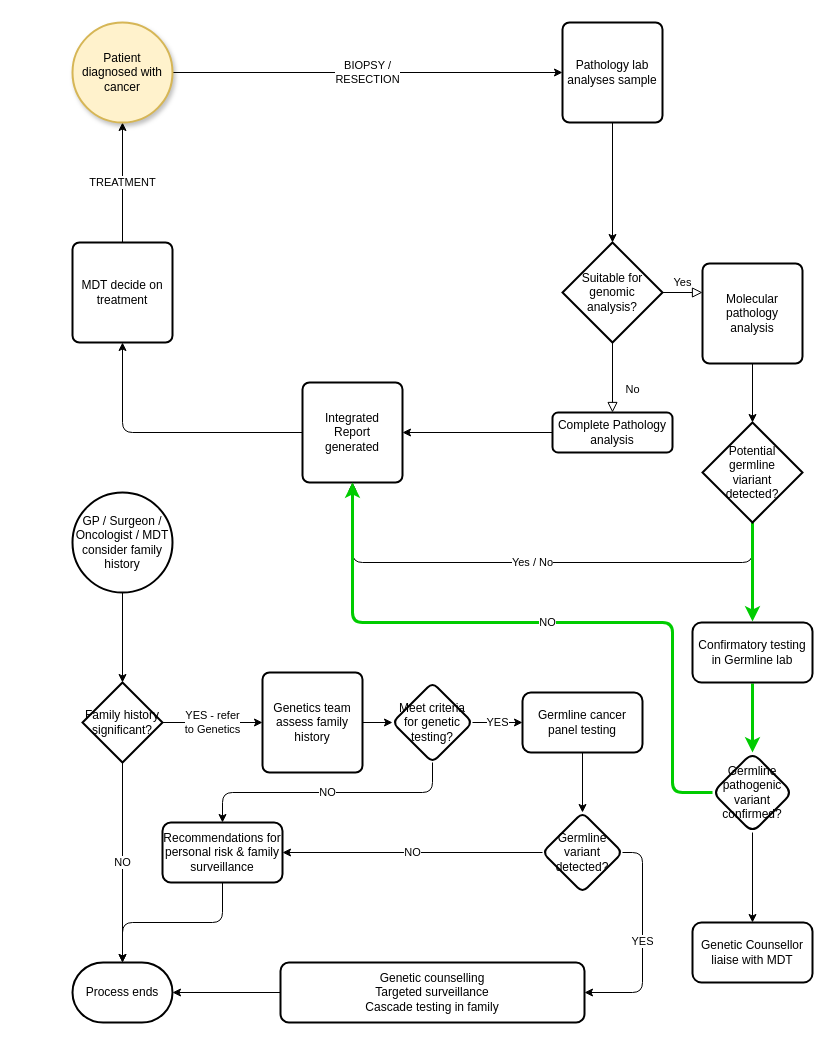
mckeelab/cancerflow keeps this draw.io diagram as BasicCancerFlow.drawio. Above is the earlier version. Source tidied: cells renumbered, new cells numbered last; positions are measured from the earlier drawing's top-left corner, leaving out a move shared by most shapes. Both pictures are drawn from the tidied source at 100%, with x=0, y=0 at pixel (72, 22).
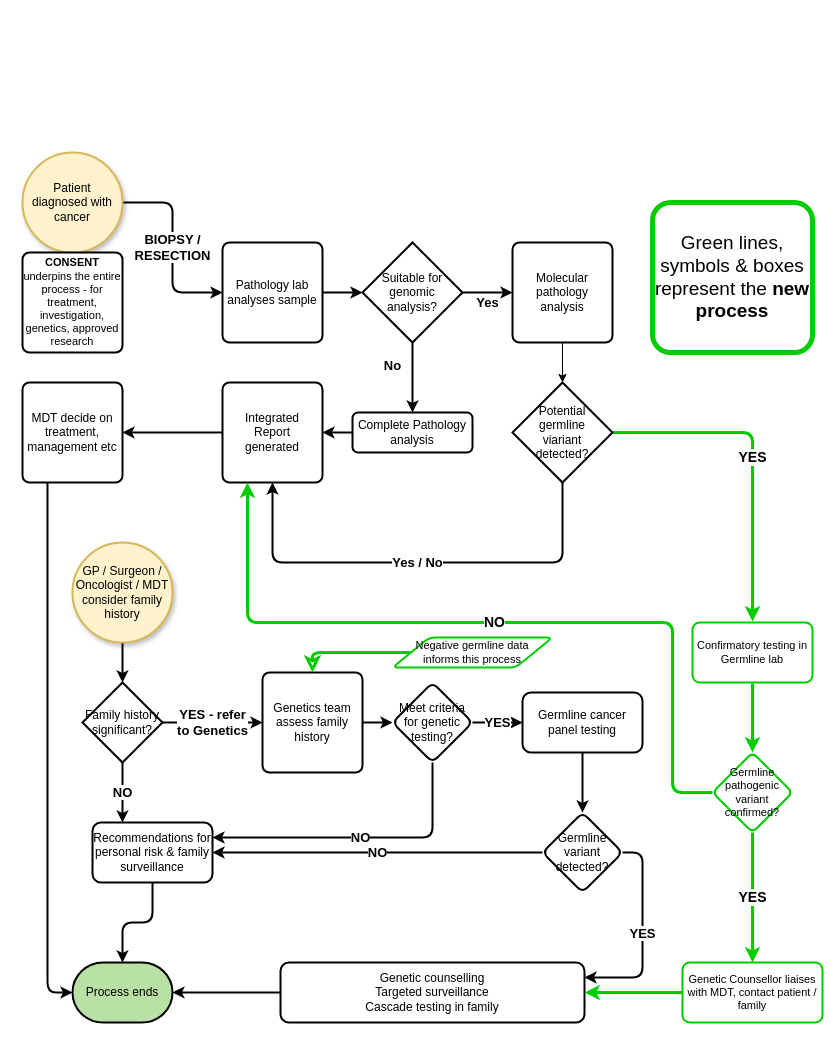
The same page after the edit.

Unchanged cells that the change refers to:
```xml
<mxCell id="24" value="Family history significant?" style="rhombus;whiteSpace=wrap;html=1;strokeWidth=2;" parent="1" vertex="1">
  <mxGeometry x="10" y="660" width="80" height="80" as="geometry" />
</mxCell>
<mxCell id="28" value="Genetics team assess family history" style="rounded=1;whiteSpace=wrap;html=1;absoluteArcSize=1;arcSize=14;strokeWidth=2;" parent="1" vertex="1">
  <mxGeometry x="190" y="650" width="100" height="100" as="geometry" />
</mxCell>
<mxCell id="31" value="Meet criteria for genetic testing?" style="rhombus;whiteSpace=wrap;html=1;rounded=1;arcSize=14;strokeWidth=2;" parent="1" vertex="1">
  <mxGeometry x="320" y="660" width="80" height="80" as="geometry" />
</mxCell>
<mxCell id="35" value="Germline cancer panel testing" style="whiteSpace=wrap;html=1;rounded=1;arcSize=14;strokeWidth=2;" parent="1" vertex="1">
  <mxGeometry x="450" y="670" width="120" height="60" as="geometry" />
</mxCell>
<mxCell id="38" value="Germline&lt;br&gt;variant&lt;br&gt;detected?" style="rhombus;whiteSpace=wrap;html=1;rounded=1;arcSize=14;strokeWidth=2;" parent="1" vertex="1">
  <mxGeometry x="470" y="790" width="80" height="80" as="geometry" />
</mxCell>
<mxCell id="40" value="Genetic counselling&lt;br&gt;Targeted surveillance&lt;br&gt;Cascade testing in family" style="whiteSpace=wrap;html=1;rounded=1;arcSize=14;strokeWidth=2;" parent="1" vertex="1">
  <mxGeometry x="208" y="940" width="304" height="60" as="geometry" />
</mxCell>
```

What changed in the source:
```diff
@@
-    <mxCell id="2" value="BIOPSY / &lt;br&gt;RESECTION" style="edgeStyle=orthogonalEdgeStyle;rounded=0;jettySize=auto;html=1;exitX=1;exitY=0.5;exitDx=0;exitDy=0;exitPerimeter=0;entryX=0;entryY=0.5;entryDx=0;entryDy=0;" parent="1" edge="1" source="19" target="7">
+    <mxCell id="2" value="BIOPSY / &lt;br&gt;RESECTION" style="edgeStyle=orthogonalEdgeStyle;rounded=1;jettySize=auto;html=1;exitX=0;exitY=0.5;exitDx=0;exitDy=0;entryX=1;entryY=0.5;entryDx=0;entryDy=0;endArrow=none;fontSize=13;startArrow=classic;startFill=1;endFill=0;fontStyle=1;strokeWidth=2;entryPerimeter=0;" parent="1" edge="1" source="7" target="19">
       <mxGeometry relative="1" as="geometry" />
     </mxCell>
-    <mxCell id="3" value="No" style="rounded=0;html=1;jettySize=auto;fontSize=11;endArrow=block;endFill=0;endSize=8;strokeWidth=1;shadow=0;labelBackgroundColor=none;edgeStyle=orthogonalEdgeStyle;exitX=0.5;exitY=1;exitDx=0;exitDy=0;exitPerimeter=0;" parent="1" edge="1" source="8" target="5">
+    <mxCell id="3" value="No" style="rounded=1;html=1;jettySize=auto;fontSize=13;endArrow=none;endFill=0;endSize=8;strokeWidth=2;shadow=0;labelBackgroundColor=default;edgeStyle=orthogonalEdgeStyle;startArrow=classic;startFill=1;fontStyle=1;entryX=0.5;entryY=1;entryDx=0;entryDy=0;entryPerimeter=0;" parent="1" edge="1" source="5" target="8">
       <mxGeometry x="0.33" y="20" relative="1" as="geometry" />
     </mxCell>
-    <mxCell id="4" style="edgeStyle=orthogonalEdgeStyle;rounded=0;jettySize=auto;html=1;entryX=1;entryY=0.5;entryDx=0;entryDy=0;" parent="1" edge="1" source="5" target="16">
+    <mxCell id="4" style="edgeStyle=orthogonalEdgeStyle;rounded=1;jettySize=auto;html=1;endArrow=none;fontSize=13;startArrow=classic;startFill=1;endFill=0;fontStyle=1;strokeWidth=2;exitX=1;exitY=0.5;exitDx=0;exitDy=0;" parent="1" edge="1" source="16" target="5">
       <mxGeometry relative="1" as="geometry" />
     </mxCell>
     <mxCell id="5" value="Complete Pathology analysis" style="rounded=1;whiteSpace=wrap;html=1;fontSize=12;glass=0;strokeWidth=2;shadow=0;arcSize=14;" parent="1" vertex="1">
-      <mxGeometry x="480" y="390" width="120" height="40" as="geometry" />
+      <mxGeometry x="280" y="390" width="120" height="40" as="geometry" />
     </mxCell>
-    <mxCell id="6" style="edgeStyle=orthogonalEdgeStyle;rounded=0;jettySize=auto;html=1;entryX=0.5;entryY=0;entryDx=0;entryDy=0;entryPerimeter=0;" parent="1" edge="1" source="7" target="8">
+    <mxCell id="6" style="edgeStyle=orthogonalEdgeStyle;rounded=1;jettySize=auto;html=1;endArrow=none;fontSize=13;endFill=0;endSize=8;strokeWidth=2;shadow=0;startArrow=classic;startFill=1;fontStyle=1;exitX=0;exitY=0.5;exitDx=0;exitDy=0;exitPerimeter=0;" parent="1" edge="1" source="8" target="7">
       <mxGeometry relative="1" as="geometry" />
     </mxCell>
     <mxCell id="7" value="Pathology lab analyses sample" style="rounded=1;whiteSpace=wrap;html=1;absoluteArcSize=1;arcSize=14;strokeWidth=2;" parent="1" vertex="1">
-      <mxGeometry x="490" width="100" height="100" as="geometry" />
+      <mxGeometry x="150" y="220" width="100" height="100" as="geometry" />
     </mxCell>
     <mxCell id="8" value="Suitable for genomic analysis?" style="strokeWidth=2;html=1;shape=mxgraph.flowchart.decision;whiteSpace=wrap;rounded=1;arcSize=14;" parent="1" vertex="1">
-      <mxGeometry x="490" y="220" width="100" height="100" as="geometry" />
+      <mxGeometry x="290" y="220" width="100" height="100" as="geometry" />
     </mxCell>
-    <mxCell id="9" value="Yes" style="edgeStyle=orthogonalEdgeStyle;rounded=0;html=1;jettySize=auto;fontSize=11;endArrow=block;endFill=0;endSize=8;strokeWidth=1;shadow=0;labelBackgroundColor=none;exitX=1;exitY=0.5;exitDx=0;exitDy=0;exitPerimeter=0;" parent="1" edge="1" source="8" target="11">
-      <mxGeometry y="10" relative="1" as="geometry">
-        <Array as="points">
-          <mxPoint x="680" y="270" />
-        </Array>
-      </mxGeometry>
+    <mxCell id="9" value="Yes" style="edgeStyle=orthogonalEdgeStyle;rounded=1;html=1;jettySize=auto;fontSize=13;endArrow=none;endFill=0;endSize=8;strokeWidth=2;shadow=0;labelBackgroundColor=default;exitX=0;exitY=0.5;exitDx=0;exitDy=0;entryX=1;entryY=0.5;entryDx=0;entryDy=0;startArrow=classic;startFill=1;fontStyle=1;entryPerimeter=0;" parent="1" edge="1" source="11" target="8">
+      <mxGeometry y="10" relative="1" as="geometry" />
     </mxCell>
-    <mxCell id="10" style="edgeStyle=orthogonalEdgeStyle;rounded=0;jettySize=auto;html=1;entryX=0.5;entryY=0;entryDx=0;entryDy=0;entryPerimeter=0;" parent="1" edge="1" source="11" target="14">
+    <mxCell id="10" style="edgeStyle=orthogonalEdgeStyle;rounded=1;jettySize=auto;html=1;entryX=0.5;entryY=0;entryDx=0;entryDy=0;entryPerimeter=0;" parent="1" edge="1" source="11" target="14">
       <mxGeometry relative="1" as="geometry" />
     </mxCell>
     <mxCell id="11" value="Molecular pathology analysis" style="rounded=1;whiteSpace=wrap;html=1;absoluteArcSize=1;arcSize=14;strokeWidth=2;" parent="1" vertex="1">
-      <mxGeometry x="630" y="241" width="100" height="100" as="geometry" />
+      <mxGeometry x="440" y="220" width="100" height="100" as="geometry" />
     </mxCell>
-    <mxCell id="12" value="Yes / No" style="edgeStyle=orthogonalEdgeStyle;rounded=1;jettySize=auto;html=1;entryX=0.5;entryY=1;entryDx=0;entryDy=0;exitX=0.5;exitY=1;exitDx=0;exitDy=0;exitPerimeter=0;" parent="1" edge="1" source="14" target="16">
+    <mxCell id="12" value="Yes / No" style="edgeStyle=orthogonalEdgeStyle;rounded=1;jettySize=auto;html=1;entryX=0.5;entryY=1;entryDx=0;entryDy=0;exitX=0.5;exitY=1;exitDx=0;exitDy=0;endArrow=none;fontSize=13;startArrow=classic;startFill=1;endFill=0;fontStyle=1;strokeWidth=2;entryPerimeter=0;" parent="1" edge="1" source="16" target="14">
       <mxGeometry relative="1" as="geometry">
         <Array as="points">
-          <mxPoint x="680" y="540" />
-          <mxPoint x="280" y="540" />
+          <mxPoint x="200" y="540" />
+          <mxPoint x="490" y="540" />
         </Array>
       </mxGeometry>
     </mxCell>
-    <mxCell id="13" style="edgeStyle=orthogonalEdgeStyle;shape=connector;rounded=1;jettySize=auto;html=1;labelBackgroundColor=default;strokeColor=#00CC00;fontFamily=Helvetica;fontSize=11;fontColor=default;endArrow=classic;strokeWidth=3;" parent="1" edge="1" source="14" target="42">
+    <mxCell id="13" value="YES" style="edgeStyle=orthogonalEdgeStyle;shape=connector;rounded=1;jettySize=auto;html=1;labelBackgroundColor=default;strokeColor=#00CC00;fontFamily=Helvetica;fontSize=14;fontColor=default;endArrow=classic;strokeWidth=3;fontStyle=1;" parent="1" edge="1" source="14" target="42">
       <mxGeometry relative="1" as="geometry" />
     </mxCell>
-    <mxCell id="14" value="Potential &lt;br&gt;germline &lt;br&gt;viariant &lt;br&gt;detected?" style="strokeWidth=2;html=1;shape=mxgraph.flowchart.decision;whiteSpace=wrap;" parent="1" vertex="1">
-      <mxGeometry x="630" y="400" width="100" height="100" as="geometry" />
+    <mxCell id="14" value="Potential &lt;br&gt;germline &lt;br&gt;viariant &lt;br&gt;detected?" style="strokeWidth=2;html=1;shape=mxgraph.flowchart.decision;whiteSpace=wrap;rounded=1;arcSize=14;" parent="1" vertex="1">
+      <mxGeometry x="440" y="360" width="100" height="100" as="geometry" />
     </mxCell>
-    <mxCell id="15" style="edgeStyle=orthogonalEdgeStyle;rounded=1;jettySize=auto;html=1;entryX=0.5;entryY=1;entryDx=0;entryDy=0;" parent="1" edge="1" source="16" target="18">
+    <mxCell id="15" style="edgeStyle=orthogonalEdgeStyle;rounded=1;jettySize=auto;html=1;endArrow=none;fontSize=13;startArrow=classic;startFill=1;endFill=0;fontStyle=1;strokeWidth=2;exitX=1;exitY=0.5;exitDx=0;exitDy=0;" parent="1" edge="1" source="18" target="16">
       <mxGeometry relative="1" as="geometry" />
     </mxCell>
     <mxCell id="16" value="Integrated &lt;br&gt;Report &lt;br&gt;generated" style="rounded=1;whiteSpace=wrap;html=1;absoluteArcSize=1;arcSize=14;strokeWidth=2;" parent="1" vertex="1">
-      <mxGeometry x="230" y="360" width="100" height="100" as="geometry" />
+      <mxGeometry x="150" y="360" width="100" height="100" as="geometry" />
     </mxCell>
-    <mxCell id="17" value="TREATMENT" style="edgeStyle=orthogonalEdgeStyle;rounded=0;jettySize=auto;html=1;entryX=0.5;entryY=1;entryDx=0;entryDy=0;entryPerimeter=0;" parent="1" edge="1" source="18" target="19">
-      <mxGeometry relative="1" as="geometry" />
-    </mxCell>
+    <mxCell id="47" style="edgeStyle=orthogonalEdgeStyle;shape=connector;rounded=1;jettySize=auto;html=1;entryX=0.25;entryY=1;entryDx=0;entryDy=0;labelBackgroundColor=default;strokeColor=default;fontFamily=Helvetica;fontSize=13;fontColor=default;endArrow=none;exitX=0;exitY=0.5;exitDx=0;exitDy=0;startArrow=classic;startFill=1;endFill=0;fontStyle=1;strokeWidth=2;exitPerimeter=0;" parent="1" edge="1" source="25" target="18">
+      <mxGeometry relative="1" as="geometry" />
+    </mxCell>
-    <mxCell id="18" value="MDT decide on treatment" style="rounded=1;whiteSpace=wrap;html=1;absoluteArcSize=1;arcSize=14;strokeWidth=2;" parent="1" vertex="1">
-      <mxGeometry y="220" width="100" height="100" as="geometry" />
+    <mxCell id="18" value="MDT decide on treatment, management etc" style="rounded=1;whiteSpace=wrap;html=1;absoluteArcSize=1;arcSize=14;strokeWidth=2;" parent="1" vertex="1">
+      <mxGeometry x="-50" y="360" width="100" height="100" as="geometry" />
     </mxCell>
     <mxCell id="19" value="Patient &lt;br&gt;diagnosed with &lt;br&gt;cancer" style="strokeWidth=2;html=1;shape=mxgraph.flowchart.start_2;whiteSpace=wrap;fillColor=#fff2cc;strokeColor=#d6b656;shadow=1;" parent="1" vertex="1">
-      <mxGeometry width="100" height="100" as="geometry" />
+      <mxGeometry x="-50" y="130" width="100" height="100" as="geometry" />
     </mxCell>
-    <mxCell id="20" style="edgeStyle=orthogonalEdgeStyle;rounded=0;jettySize=auto;html=1;" parent="1" edge="1" source="21" target="24">
+    <mxCell id="20" style="edgeStyle=orthogonalEdgeStyle;rounded=1;jettySize=auto;html=1;endArrow=none;fontSize=13;startArrow=classic;startFill=1;endFill=0;fontStyle=1;strokeWidth=2;" parent="1" edge="1" source="24" target="21">
       <mxGeometry relative="1" as="geometry" />
     </mxCell>
-    <mxCell id="21" value="GP / Surgeon / Oncologist / MDT consider family history" style="strokeWidth=2;html=1;shape=mxgraph.flowchart.start_2;whiteSpace=wrap;" parent="1" vertex="1">
-      <mxGeometry y="470" width="100" height="100" as="geometry" />
+    <mxCell id="21" value="GP / Surgeon / Oncologist / MDT consider family history" style="strokeWidth=2;html=1;shape=mxgraph.flowchart.start_2;whiteSpace=wrap;fillColor=#fff2cc;strokeColor=#d6b656;shadow=1;" parent="1" vertex="1">
+      <mxGeometry y="520" width="100" height="100" as="geometry" />
     </mxCell>
-    <mxCell id="22" value="NO" style="edgeStyle=orthogonalEdgeStyle;rounded=0;jettySize=auto;html=1;entryX=0.5;entryY=0;entryDx=0;entryDy=0;entryPerimeter=0;" parent="1" edge="1" source="24" target="25">
+    <mxCell id="22" value="NO" style="edgeStyle=orthogonalEdgeStyle;rounded=1;jettySize=auto;html=1;endArrow=none;fontSize=13;startArrow=classic;startFill=1;endFill=0;fontStyle=1;strokeWidth=2;exitX=0.25;exitY=0;exitDx=0;exitDy=0;" parent="1" edge="1" source="33" target="24">
       <mxGeometry relative="1" as="geometry" />
     </mxCell>
@@
-    <mxCell id="25" value="Process ends" style="strokeWidth=2;html=1;shape=mxgraph.flowchart.terminator;whiteSpace=wrap;" parent="1" vertex="1">
+    <mxCell id="25" value="Process ends" style="strokeWidth=2;html=1;shape=mxgraph.flowchart.terminator;whiteSpace=wrap;fillColor=#B9E0A5;" parent="1" vertex="1">
       <mxGeometry y="940" width="100" height="60" as="geometry" />
     </mxCell>
-    <mxCell id="26" value="YES - refer&lt;br&gt;to Genetics" style="edgeStyle=orthogonalEdgeStyle;rounded=0;jettySize=auto;html=1;startArrow=classic;startFill=1;endArrow=none;endFill=0;" parent="1" edge="1" source="28" target="24">
+    <mxCell id="26" value="YES - refer&lt;br style=&quot;font-size: 13px;&quot;&gt;to Genetics" style="edgeStyle=orthogonalEdgeStyle;rounded=0;jettySize=auto;html=1;startArrow=classic;startFill=1;endArrow=none;endFill=0;fontSize=13;fontStyle=1;strokeWidth=2;" parent="1" edge="1" source="28" target="24">
       <mxGeometry relative="1" as="geometry" />
     </mxCell>
-    <mxCell id="27" style="edgeStyle=orthogonalEdgeStyle;rounded=0;jettySize=auto;html=1;" parent="1" edge="1" source="28" target="31">
+    <mxCell id="27" style="edgeStyle=orthogonalEdgeStyle;rounded=0;jettySize=auto;html=1;endArrow=none;fontSize=13;startArrow=classic;startFill=1;endFill=0;fontStyle=1;strokeWidth=2;" parent="1" edge="1" source="31" target="28">
       <mxGeometry relative="1" as="geometry" />
     </mxCell>
@@
-    <mxCell id="29" value="NO" style="edgeStyle=orthogonalEdgeStyle;rounded=1;jettySize=auto;html=1;exitX=0.5;exitY=1;exitDx=0;exitDy=0;" parent="1" edge="1" source="31" target="33">
+    <mxCell id="29" value="NO" style="edgeStyle=orthogonalEdgeStyle;rounded=1;jettySize=auto;html=1;endArrow=none;fontSize=13;startArrow=classic;startFill=1;endFill=0;fontStyle=1;strokeWidth=2;entryX=0.5;entryY=1;entryDx=0;entryDy=0;exitX=1;exitY=0.25;exitDx=0;exitDy=0;" parent="1" edge="1" source="33" target="31">
       <mxGeometry relative="1" as="geometry" />
     </mxCell>
-    <mxCell id="30" value="YES" style="edgeStyle=orthogonalEdgeStyle;rounded=0;jettySize=auto;html=1;" parent="1" edge="1" source="31" target="35">
+    <mxCell id="30" value="YES" style="edgeStyle=orthogonalEdgeStyle;rounded=0;jettySize=auto;html=1;endArrow=none;fontSize=13;startArrow=classic;startFill=1;endFill=0;fontStyle=1;strokeWidth=2;" parent="1" edge="1" source="35" target="31">
       <mxGeometry relative="1" as="geometry" />
     </mxCell>
@@
-    <mxCell id="32" style="edgeStyle=orthogonalEdgeStyle;jettySize=auto;html=1;entryX=0.5;entryY=0;entryDx=0;entryDy=0;entryPerimeter=0;rounded=1;" parent="1" edge="1" source="33" target="25">
+    <mxCell id="32" style="edgeStyle=orthogonalEdgeStyle;jettySize=auto;html=1;rounded=1;endArrow=none;fontSize=13;startArrow=classic;startFill=1;endFill=0;fontStyle=1;strokeWidth=2;exitX=0.5;exitY=0;exitDx=0;exitDy=0;exitPerimeter=0;" parent="1" edge="1" source="25" target="33">
       <mxGeometry relative="1" as="geometry" />
     </mxCell>
     <mxCell id="33" value="Recommendations for personal risk &amp;amp; family surveillance" style="whiteSpace=wrap;html=1;rounded=1;arcSize=14;strokeWidth=2;" parent="1" vertex="1">
-      <mxGeometry x="90" y="800" width="120" height="60" as="geometry" />
+      <mxGeometry x="20" y="800" width="120" height="60" as="geometry" />
     </mxCell>
-    <mxCell id="34" style="edgeStyle=orthogonalEdgeStyle;rounded=0;jettySize=auto;html=1;" parent="1" edge="1" source="35" target="38">
+    <mxCell id="34" style="edgeStyle=orthogonalEdgeStyle;rounded=1;jettySize=auto;html=1;endArrow=none;fontSize=13;startArrow=classic;startFill=1;endFill=0;fontStyle=1;strokeWidth=2;" parent="1" edge="1" source="38" target="35">
       <mxGeometry relative="1" as="geometry" />
     </mxCell>
@@
-    <mxCell id="36" value="NO" style="edgeStyle=orthogonalEdgeStyle;rounded=1;jettySize=auto;html=1;entryX=1;entryY=0.5;entryDx=0;entryDy=0;" parent="1" edge="1" source="38" target="33">
+    <mxCell id="36" value="NO" style="edgeStyle=orthogonalEdgeStyle;rounded=0;jettySize=auto;html=1;endArrow=none;fontSize=13;startArrow=classic;startFill=1;endFill=0;fontStyle=1;strokeWidth=2;exitX=1;exitY=0.5;exitDx=0;exitDy=0;" parent="1" edge="1" source="33" target="38">
       <mxGeometry relative="1" as="geometry" />
     </mxCell>
-    <mxCell id="37" value="YES" style="edgeStyle=orthogonalEdgeStyle;rounded=1;jettySize=auto;html=1;exitX=1;exitY=0.5;exitDx=0;exitDy=0;entryX=1;entryY=0.5;entryDx=0;entryDy=0;" parent="1" edge="1" source="38" target="40">
+    <mxCell id="37" value="YES" style="edgeStyle=orthogonalEdgeStyle;rounded=1;jettySize=auto;html=1;exitX=1;exitY=0.25;exitDx=0;exitDy=0;entryX=1;entryY=0.5;entryDx=0;entryDy=0;endArrow=none;fontSize=13;startArrow=classic;startFill=1;endFill=0;fontStyle=1;strokeWidth=2;" parent="1" edge="1" source="40" target="38">
       <mxGeometry relative="1" as="geometry" />
     </mxCell>
@@
-    <mxCell id="39" style="edgeStyle=orthogonalEdgeStyle;shape=connector;rounded=1;jettySize=auto;html=1;entryX=1;entryY=0.5;entryDx=0;entryDy=0;entryPerimeter=0;labelBackgroundColor=default;strokeColor=default;fontFamily=Helvetica;fontSize=11;fontColor=default;endArrow=classic;" parent="1" edge="1" source="40" target="25">
+    <mxCell id="39" style="edgeStyle=orthogonalEdgeStyle;shape=connector;rounded=1;jettySize=auto;html=1;labelBackgroundColor=default;strokeColor=default;fontFamily=Helvetica;fontSize=13;fontColor=default;endArrow=none;startArrow=classic;startFill=1;endFill=0;fontStyle=1;strokeWidth=2;exitX=1;exitY=0.5;exitDx=0;exitDy=0;exitPerimeter=0;" parent="1" edge="1" source="25" target="40">
       <mxGeometry relative="1" as="geometry" />
     </mxCell>
@@
-    <mxCell id="42" value="Confirmatory testing in Germline lab" style="whiteSpace=wrap;html=1;strokeWidth=2;perimeterSpacing=1;rounded=1;" parent="1" vertex="1">
+    <mxCell id="42" value="Confirmatory testing in Germline lab" style="whiteSpace=wrap;html=1;strokeWidth=2;perimeterSpacing=1;rounded=1;fontSize=11;strokeColor=#00CC00;arcSize=12;" parent="1" vertex="1">
       <mxGeometry x="620" y="600" width="120" height="60" as="geometry" />
     </mxCell>
-    <mxCell id="43" value="NO" style="edgeStyle=orthogonalEdgeStyle;shape=connector;rounded=1;jettySize=auto;html=1;labelBackgroundColor=default;strokeColor=#00CC00;fontFamily=Helvetica;fontSize=11;fontColor=default;endArrow=classic;strokeWidth=3;" parent="1" edge="1" source="45">
+    <mxCell id="43" value="NO" style="edgeStyle=orthogonalEdgeStyle;shape=connector;rounded=1;jettySize=auto;html=1;labelBackgroundColor=default;strokeColor=#00CC00;fontFamily=Helvetica;fontSize=14;fontColor=default;endArrow=classic;strokeWidth=3;entryX=0.25;entryY=1;entryDx=0;entryDy=0;fontStyle=1;" parent="1" edge="1" source="45" target="16">
       <mxGeometry relative="1" as="geometry">
-        <mxPoint x="280" y="460" as="targetPoint" />
         <Array as="points">
           <mxPoint x="600" y="770" />
           <mxPoint x="600" y="600" />
-          <mxPoint x="280" y="600" />
+          <mxPoint x="175" y="600" />
         </Array>
       </mxGeometry>
     </mxCell>
-    <mxCell id="44" style="edgeStyle=orthogonalEdgeStyle;shape=connector;rounded=1;jettySize=auto;html=1;labelBackgroundColor=default;strokeColor=default;fontFamily=Helvetica;fontSize=11;fontColor=default;endArrow=classic;" parent="1" edge="1" source="45" target="46">
+    <mxCell id="44" value="YES" style="edgeStyle=orthogonalEdgeStyle;shape=connector;rounded=1;jettySize=auto;html=1;labelBackgroundColor=default;strokeColor=#00CC00;fontFamily=Helvetica;fontSize=14;fontColor=default;endArrow=classic;strokeWidth=3;fontStyle=1;" parent="1" edge="1" source="45" target="46">
       <mxGeometry relative="1" as="geometry" />
     </mxCell>
-    <mxCell id="45" value="Germline pathogenic variant confirmed?" style="rhombus;whiteSpace=wrap;html=1;strokeWidth=2;rounded=1;" parent="1" vertex="1">
+    <mxCell id="45" value="Germline pathogenic variant confirmed?" style="rhombus;whiteSpace=wrap;html=1;strokeWidth=2;rounded=1;fontSize=11;strokeColor=#00CC00;arcSize=12;" parent="1" vertex="1">
       <mxGeometry x="640" y="730" width="80" height="80" as="geometry" />
     </mxCell>
+    <mxCell id="48" style="edgeStyle=orthogonalEdgeStyle;shape=connector;rounded=1;jettySize=auto;html=1;entryX=1;entryY=0.5;entryDx=0;entryDy=0;labelBackgroundColor=default;strokeColor=#00CC00;fontFamily=Helvetica;fontSize=11;fontColor=default;endArrow=classic;strokeWidth=3;" parent="1" edge="1" source="46" target="40">
+      <mxGeometry relative="1" as="geometry" />
+    </mxCell>
-    <mxCell id="46" value="Genetic Counsellor liaise with MDT" style="whiteSpace=wrap;html=1;strokeWidth=2;rounded=1;" parent="1" vertex="1">
-      <mxGeometry x="620" y="900" width="120" height="60" as="geometry" />
+    <mxCell id="46" value="Genetic Counsellor liaises with MDT, contact patient / family" style="whiteSpace=wrap;html=1;strokeWidth=2;rounded=1;fontSize=11;strokeColor=#00CC00;arcSize=12;" parent="1" vertex="1">
+      <mxGeometry x="610" y="940" width="140" height="60" as="geometry" />
     </mxCell>
+    <mxCell id="49" style="edgeStyle=orthogonalEdgeStyle;shape=connector;rounded=1;jettySize=auto;html=1;entryX=0.5;entryY=0;entryDx=0;entryDy=0;shadow=0;labelBackgroundColor=default;strokeColor=#00CC00;strokeWidth=3;fontFamily=Helvetica;fontSize=14;fontColor=default;endArrow=classic;endFill=0;endSize=8;fontStyle=1;" parent="1" edge="1" source="50" target="28">
+      <mxGeometry relative="1" as="geometry" />
+    </mxCell>
+    <mxCell id="50" value="Negative germline data &lt;br&gt;informs this process" style="shape=parallelogram;html=1;strokeWidth=2;perimeter=parallelogramPerimeter;whiteSpace=wrap;rounded=1;arcSize=12;size=0.23;fontFamily=Helvetica;fontSize=11;fontColor=default;strokeColor=#00CC00;" parent="1" vertex="1">
+      <mxGeometry x="320" y="615" width="160" height="30" as="geometry" />
+    </mxCell>
+    <mxCell id="51" value="Green lines, symbols &amp;amp; boxes represent the &lt;b style=&quot;font-size: 19px;&quot;&gt;new process&lt;/b&gt;" style="rounded=1;whiteSpace=wrap;html=1;fontFamily=Helvetica;fontSize=19;fontColor=default;strokeColor=#00CC00;strokeWidth=5;arcSize=12;" parent="1" vertex="1">
+      <mxGeometry x="580" y="180" width="160" height="150" as="geometry" />
+    </mxCell>
+    <mxCell id="52" value="&lt;b&gt;CONSENT &lt;/b&gt;underpins the entire process - for treatment, investigation, genetics, approved research" style="rounded=1;whiteSpace=wrap;html=1;absoluteArcSize=1;arcSize=14;strokeWidth=2;fontFamily=Helvetica;fontSize=11;fontColor=default;" parent="1" vertex="1">
+      <mxGeometry x="-50" y="230" width="100" height="100" as="geometry" />
+    </mxCell>
```
